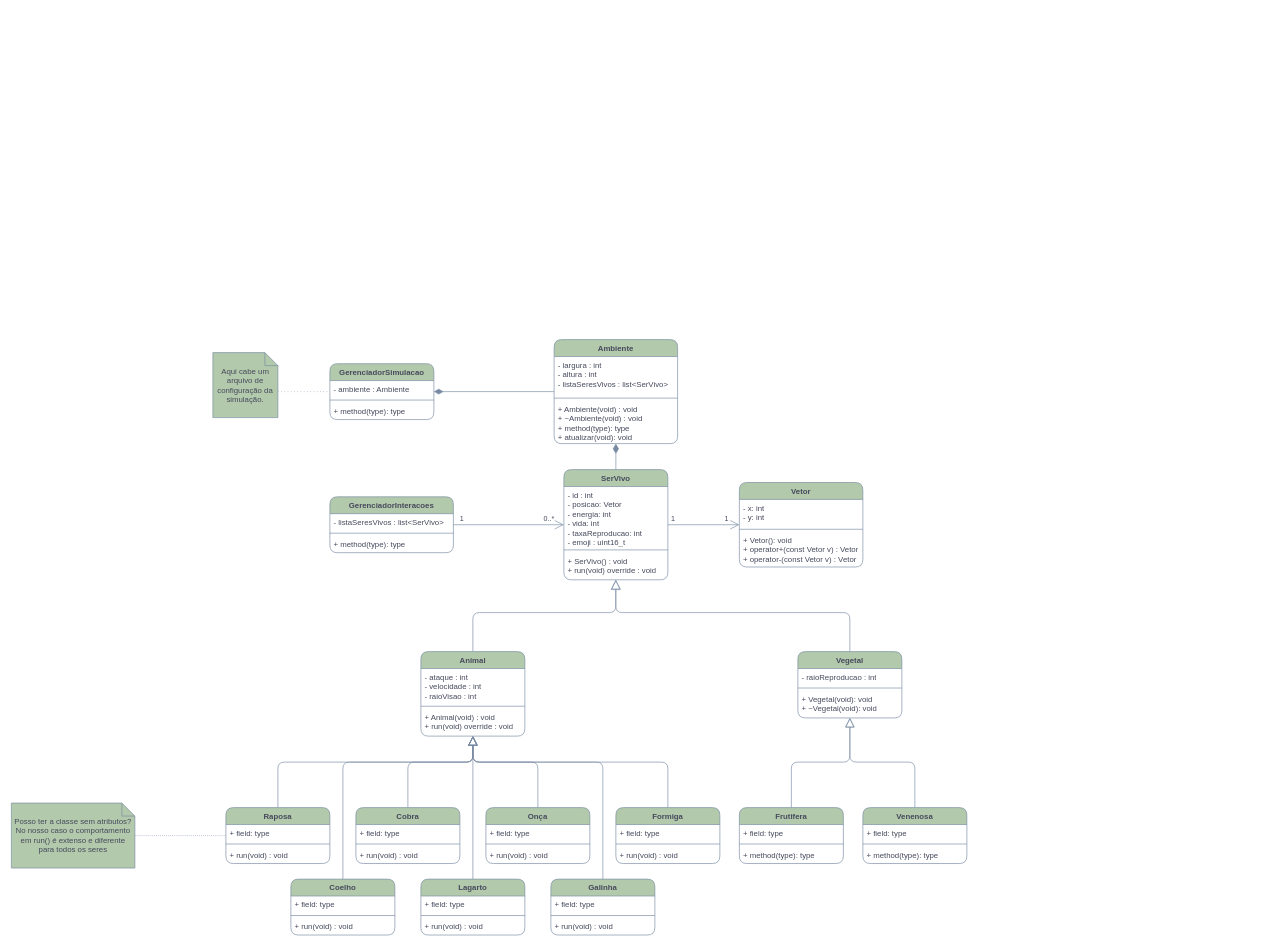
This is Diagramas/diagramas.drawio from robson1622/SimulacaoBiologica, a draw.io file, before an edit. Source tidied: cells renumbered, new cells numbered last; positions are measured from the earlier drawing's top-left corner, leaving out a move shared by most shapes. Both pictures are drawn from the tidied source at 65%, with x=0, y=0 at pixel (11, 339).
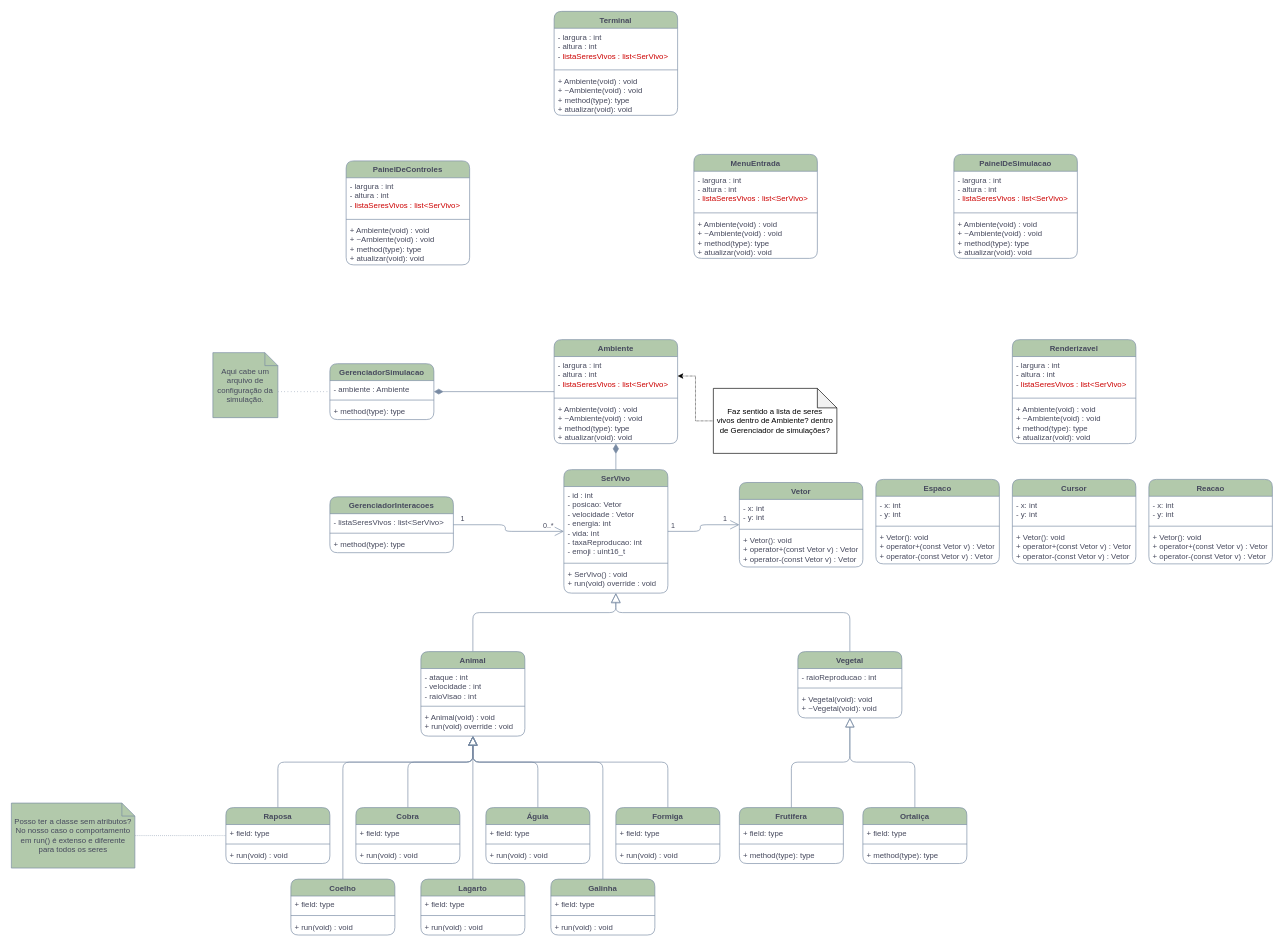
After the change.

The change refers to these unchanged cells:
```xml
<mxCell id="15" value="Ambiente" style="swimlane;fontStyle=1;align=center;verticalAlign=top;horizontal=1;startSize=26;whiteSpace=wrap;html=1;rounded=1;labelBackgroundColor=none;fillColor=#B2C9AB;strokeColor=#788AA3;fontColor=#46495D;" parent="1" vertex="1">
  <mxGeometry x="835" width="190" height="160" as="geometry" />
</mxCell>
```

Change to the diagram source:
```diff
@@
     <mxCell id="7" value="SerVivo" style="swimlane;fontStyle=1;align=center;verticalAlign=top;horizontal=1;startSize=26;whiteSpace=wrap;html=1;rounded=1;labelBackgroundColor=none;fillColor=#B2C9AB;strokeColor=#788AA3;fontColor=#46495D;" parent="1" vertex="1">
-      <mxGeometry x="850" y="200" width="160" height="169.5" as="geometry" />
+      <mxGeometry x="850" y="200" width="160" height="190" as="geometry" />
     </mxCell>
-    <mxCell id="8" value="&lt;div&gt;- id : int&lt;/div&gt;- posicao: Vetor&lt;div&gt;&lt;div&gt;- energia: int&lt;br&gt;&lt;/div&gt;&lt;div&gt;- vida: int&lt;br&gt;&lt;/div&gt;&lt;div&gt;- taxaReproducao: int&lt;br&gt;&lt;/div&gt;&lt;/div&gt;&lt;div&gt;- emoji : uint16_t&lt;/div&gt;" style="text;strokeColor=none;fillColor=none;align=left;verticalAlign=top;spacingLeft=4;spacingRight=4;overflow=hidden;whiteSpace=wrap;html=1;rounded=1;labelBackgroundColor=none;fontColor=#46495D;" parent="7" vertex="1">
-      <mxGeometry y="26" width="160" height="93.5" as="geometry" />
+    <mxCell id="8" value="&lt;div&gt;- id : int&lt;/div&gt;- posicao: Vetor&lt;div&gt;- velocidade : Vetor&lt;br&gt;&lt;div&gt;&lt;div&gt;- energia: int&lt;br&gt;&lt;/div&gt;&lt;div&gt;- vida: int&lt;br&gt;&lt;/div&gt;&lt;div&gt;- taxaReproducao: int&lt;br&gt;&lt;/div&gt;&lt;/div&gt;&lt;div&gt;- emoji : uint16_t&lt;/div&gt;&lt;/div&gt;" style="text;strokeColor=none;fillColor=none;align=left;verticalAlign=top;spacingLeft=4;spacingRight=4;overflow=hidden;whiteSpace=wrap;html=1;rounded=1;labelBackgroundColor=none;fontColor=#46495D;" parent="7" vertex="1">
+      <mxGeometry y="26" width="160" height="114" as="geometry" />
     </mxCell>
     <mxCell id="9" style="line;strokeWidth=1;fillColor=none;align=left;verticalAlign=middle;spacingTop=-1;spacingLeft=3;spacingRight=3;labelPosition=right;strokeColor=#788AA3;rounded=1;labelBackgroundColor=none;fontColor=#46495D;" parent="7" vertex="1">
-      <mxGeometry y="119.5" width="160" height="8" as="geometry" />
+      <mxGeometry y="140" width="160" height="8" as="geometry" />
     </mxCell>
     <mxCell id="10" value="&lt;div&gt;+ SerVivo() : void&lt;/div&gt;+ run(void) override : void" style="text;strokeColor=none;fillColor=none;align=left;verticalAlign=top;spacingLeft=4;spacingRight=4;overflow=hidden;points=[[0,0.5],[1,0.5]];portConstraint=eastwest;whiteSpace=wrap;html=1;rounded=1;labelBackgroundColor=none;fontColor=#46495D;" parent="7" vertex="1">
-      <mxGeometry y="127.5" width="160" height="42" as="geometry" />
+      <mxGeometry y="148" width="160" height="42" as="geometry" />
     </mxCell>
@@
-    <mxCell id="16" value="- largura : int&lt;div&gt;- altura : int&lt;/div&gt;&lt;div&gt;- listaSeresVivos : list&amp;lt;SerVivo&amp;gt;&lt;/div&gt;" style="text;strokeColor=none;fillColor=none;align=left;verticalAlign=top;spacingLeft=4;spacingRight=4;overflow=hidden;points=[[0,0.5],[1,0.5]];portConstraint=eastwest;whiteSpace=wrap;html=1;rounded=1;labelBackgroundColor=none;fontColor=#46495D;" parent="15" vertex="1">
+    <mxCell id="16" value="- largura : int&lt;div&gt;- altura : int&lt;/div&gt;&lt;div&gt;- &lt;span style=&quot;color: rgb(204, 0, 0);&quot;&gt;listaSeresVivos : list&amp;lt;SerVivo&amp;gt;&lt;/span&gt;&lt;/div&gt;" style="text;strokeColor=none;fillColor=none;align=left;verticalAlign=top;spacingLeft=4;spacingRight=4;overflow=hidden;points=[[0,0.5],[1,0.5]];portConstraint=eastwest;whiteSpace=wrap;html=1;rounded=1;labelBackgroundColor=none;fontColor=#46495D;" parent="15" vertex="1">
       <mxGeometry y="26" width="190" height="60" as="geometry" />
     </mxCell>
@@
-    <mxCell id="44" value="Onça" style="swimlane;fontStyle=1;align=center;verticalAlign=top;horizontal=1;startSize=26;whiteSpace=wrap;html=1;rounded=1;labelBackgroundColor=none;fillColor=#B2C9AB;strokeColor=#788AA3;fontColor=#46495D;" parent="1" vertex="1">
+    <mxCell id="44" value="Águia" style="swimlane;fontStyle=1;align=center;verticalAlign=top;horizontal=1;startSize=26;whiteSpace=wrap;html=1;rounded=1;labelBackgroundColor=none;fillColor=#B2C9AB;strokeColor=#788AA3;fontColor=#46495D;" parent="1" vertex="1">
       <mxGeometry x="730" y="720" width="160" height="86" as="geometry" />
     </mxCell>
@@
-    <mxCell id="69" value="Venenosa" style="swimlane;fontStyle=1;align=center;verticalAlign=top;horizontal=1;startSize=26;whiteSpace=wrap;html=1;rounded=1;labelBackgroundColor=none;fillColor=#B2C9AB;strokeColor=#788AA3;fontColor=#46495D;" parent="1" vertex="1">
+    <mxCell id="69" value="Ortaliça" style="swimlane;fontStyle=1;align=center;verticalAlign=top;horizontal=1;startSize=26;whiteSpace=wrap;html=1;rounded=1;labelBackgroundColor=none;fillColor=#B2C9AB;strokeColor=#788AA3;fontColor=#46495D;" parent="1" vertex="1">
       <mxGeometry x="1310" y="720" width="160" height="86" as="geometry" />
     </mxCell>
@@
+    <mxCell id="89" style="edgeStyle=orthogonalEdgeStyle;rounded=0;jettySize=auto;html=1;exitX=0;exitY=0.5;exitDx=0;exitDy=0;exitPerimeter=0;entryX=1;entryY=0.5;entryDx=0;entryDy=0;dashed=1;dashPattern=1 1;" parent="1" edge="1" source="110" target="16">
+      <mxGeometry relative="1" as="geometry" />
+    </mxCell>
+    <mxCell id="90" value="MenuEntrada" style="swimlane;fontStyle=1;align=center;verticalAlign=top;horizontal=1;startSize=26;whiteSpace=wrap;html=1;rounded=1;labelBackgroundColor=none;fillColor=#B2C9AB;strokeColor=#788AA3;fontColor=#46495D;" parent="1" vertex="1">
+      <mxGeometry x="1050" y="-285" width="190" height="160" as="geometry" />
+    </mxCell>
+    <mxCell id="91" value="- largura : int&lt;div&gt;- altura : int&lt;/div&gt;&lt;div&gt;- &lt;span style=&quot;color: rgb(204, 0, 0);&quot;&gt;listaSeresVivos : list&amp;lt;SerVivo&amp;gt;&lt;/span&gt;&lt;/div&gt;" style="text;strokeColor=none;fillColor=none;align=left;verticalAlign=top;spacingLeft=4;spacingRight=4;overflow=hidden;whiteSpace=wrap;html=1;rounded=1;labelBackgroundColor=none;fontColor=#46495D;" parent="90" vertex="1">
+      <mxGeometry y="26" width="190" height="60" as="geometry" />
+    </mxCell>
+    <mxCell id="92" style="line;strokeWidth=1;fillColor=none;align=left;verticalAlign=middle;spacingTop=-1;spacingLeft=3;spacingRight=3;labelPosition=right;strokeColor=#788AA3;rounded=1;labelBackgroundColor=none;fontColor=#46495D;" parent="90" vertex="1">
+      <mxGeometry y="86" width="190" height="8" as="geometry" />
+    </mxCell>
+    <mxCell id="93" value="&lt;div&gt;+ Ambiente(void) : void&lt;/div&gt;&lt;div&gt;+ ~Ambiente(void) : void&lt;/div&gt;+ method(type): type&lt;div&gt;+ atualizar(void): void&lt;/div&gt;" style="text;strokeColor=none;fillColor=none;align=left;verticalAlign=top;spacingLeft=4;spacingRight=4;overflow=hidden;whiteSpace=wrap;html=1;rounded=1;labelBackgroundColor=none;fontColor=#46495D;" parent="90" vertex="1">
+      <mxGeometry y="94" width="190" height="66" as="geometry" />
+    </mxCell>
+    <mxCell id="94" value="PainelDeControles" style="swimlane;fontStyle=1;align=center;verticalAlign=top;horizontal=1;startSize=26;whiteSpace=wrap;html=1;rounded=1;labelBackgroundColor=none;fillColor=#B2C9AB;strokeColor=#788AA3;fontColor=#46495D;" parent="1" vertex="1">
+      <mxGeometry x="515" y="-275" width="190" height="160" as="geometry" />
+    </mxCell>
+    <mxCell id="95" value="- largura : int&lt;div&gt;- altura : int&lt;/div&gt;&lt;div&gt;- &lt;span style=&quot;color: rgb(204, 0, 0);&quot;&gt;listaSeresVivos : list&amp;lt;SerVivo&amp;gt;&lt;/span&gt;&lt;/div&gt;" style="text;strokeColor=none;fillColor=none;align=left;verticalAlign=top;spacingLeft=4;spacingRight=4;overflow=hidden;whiteSpace=wrap;html=1;rounded=1;labelBackgroundColor=none;fontColor=#46495D;" parent="94" vertex="1">
+      <mxGeometry y="26" width="190" height="60" as="geometry" />
+    </mxCell>
+    <mxCell id="96" style="line;strokeWidth=1;fillColor=none;align=left;verticalAlign=middle;spacingTop=-1;spacingLeft=3;spacingRight=3;labelPosition=right;strokeColor=#788AA3;rounded=1;labelBackgroundColor=none;fontColor=#46495D;" parent="94" vertex="1">
+      <mxGeometry y="86" width="190" height="8" as="geometry" />
+    </mxCell>
+    <mxCell id="97" value="&lt;div&gt;+ Ambiente(void) : void&lt;/div&gt;&lt;div&gt;+ ~Ambiente(void) : void&lt;/div&gt;+ method(type): type&lt;div&gt;+ atualizar(void): void&lt;/div&gt;" style="text;strokeColor=none;fillColor=none;align=left;verticalAlign=top;spacingLeft=4;spacingRight=4;overflow=hidden;whiteSpace=wrap;html=1;rounded=1;labelBackgroundColor=none;fontColor=#46495D;" parent="94" vertex="1">
+      <mxGeometry y="94" width="190" height="66" as="geometry" />
+    </mxCell>
+    <mxCell id="98" value="Terminal" style="swimlane;fontStyle=1;align=center;verticalAlign=top;horizontal=1;startSize=26;whiteSpace=wrap;html=1;rounded=1;labelBackgroundColor=none;fillColor=#B2C9AB;strokeColor=#788AA3;fontColor=#46495D;" parent="1" vertex="1">
+      <mxGeometry x="835" y="-505" width="190" height="160" as="geometry" />
+    </mxCell>
+    <mxCell id="99" value="- largura : int&lt;div&gt;- altura : int&lt;/div&gt;&lt;div&gt;- &lt;span style=&quot;color: rgb(204, 0, 0);&quot;&gt;listaSeresVivos : list&amp;lt;SerVivo&amp;gt;&lt;/span&gt;&lt;/div&gt;" style="text;strokeColor=none;fillColor=none;align=left;verticalAlign=top;spacingLeft=4;spacingRight=4;overflow=hidden;whiteSpace=wrap;html=1;rounded=1;labelBackgroundColor=none;fontColor=#46495D;" parent="98" vertex="1">
+      <mxGeometry y="26" width="190" height="60" as="geometry" />
+    </mxCell>
+    <mxCell id="100" style="line;strokeWidth=1;fillColor=none;align=left;verticalAlign=middle;spacingTop=-1;spacingLeft=3;spacingRight=3;labelPosition=right;strokeColor=#788AA3;rounded=1;labelBackgroundColor=none;fontColor=#46495D;" parent="98" vertex="1">
+      <mxGeometry y="86" width="190" height="8" as="geometry" />
+    </mxCell>
+    <mxCell id="101" value="&lt;div&gt;+ Ambiente(void) : void&lt;/div&gt;&lt;div&gt;+ ~Ambiente(void) : void&lt;/div&gt;+ method(type): type&lt;div&gt;+ atualizar(void): void&lt;/div&gt;" style="text;strokeColor=none;fillColor=none;align=left;verticalAlign=top;spacingLeft=4;spacingRight=4;overflow=hidden;whiteSpace=wrap;html=1;rounded=1;labelBackgroundColor=none;fontColor=#46495D;" parent="98" vertex="1">
+      <mxGeometry y="94" width="190" height="66" as="geometry" />
+    </mxCell>
+    <mxCell id="102" value="PainelDeSimulacao" style="swimlane;fontStyle=1;align=center;verticalAlign=top;horizontal=1;startSize=26;whiteSpace=wrap;html=1;rounded=1;labelBackgroundColor=none;fillColor=#B2C9AB;strokeColor=#788AA3;fontColor=#46495D;" parent="1" vertex="1">
+      <mxGeometry x="1450" y="-285" width="190" height="160" as="geometry" />
+    </mxCell>
+    <mxCell id="103" value="- largura : int&lt;div&gt;- altura : int&lt;/div&gt;&lt;div&gt;- &lt;span style=&quot;color: rgb(204, 0, 0);&quot;&gt;listaSeresVivos : list&amp;lt;SerVivo&amp;gt;&lt;/span&gt;&lt;/div&gt;" style="text;strokeColor=none;fillColor=none;align=left;verticalAlign=top;spacingLeft=4;spacingRight=4;overflow=hidden;whiteSpace=wrap;html=1;rounded=1;labelBackgroundColor=none;fontColor=#46495D;" parent="102" vertex="1">
+      <mxGeometry y="26" width="190" height="60" as="geometry" />
+    </mxCell>
+    <mxCell id="104" style="line;strokeWidth=1;fillColor=none;align=left;verticalAlign=middle;spacingTop=-1;spacingLeft=3;spacingRight=3;labelPosition=right;strokeColor=#788AA3;rounded=1;labelBackgroundColor=none;fontColor=#46495D;" parent="102" vertex="1">
+      <mxGeometry y="86" width="190" height="8" as="geometry" />
+    </mxCell>
+    <mxCell id="105" value="&lt;div&gt;+ Ambiente(void) : void&lt;/div&gt;&lt;div&gt;+ ~Ambiente(void) : void&lt;/div&gt;+ method(type): type&lt;div&gt;+ atualizar(void): void&lt;/div&gt;" style="text;strokeColor=none;fillColor=none;align=left;verticalAlign=top;spacingLeft=4;spacingRight=4;overflow=hidden;whiteSpace=wrap;html=1;rounded=1;labelBackgroundColor=none;fontColor=#46495D;" parent="102" vertex="1">
+      <mxGeometry y="94" width="190" height="66" as="geometry" />
+    </mxCell>
+    <mxCell id="106" value="Renderizavel" style="swimlane;fontStyle=1;align=center;verticalAlign=top;horizontal=1;startSize=26;whiteSpace=wrap;html=1;rounded=1;labelBackgroundColor=none;fillColor=#B2C9AB;strokeColor=#788AA3;fontColor=#46495D;" parent="1" vertex="1">
+      <mxGeometry x="1540" width="190" height="160" as="geometry" />
+    </mxCell>
+    <mxCell id="107" value="- largura : int&lt;div&gt;- altura : int&lt;/div&gt;&lt;div&gt;- &lt;span style=&quot;color: rgb(204, 0, 0);&quot;&gt;listaSeresVivos : list&amp;lt;SerVivo&amp;gt;&lt;/span&gt;&lt;/div&gt;" style="text;strokeColor=none;fillColor=none;align=left;verticalAlign=top;spacingLeft=4;spacingRight=4;overflow=hidden;whiteSpace=wrap;html=1;rounded=1;labelBackgroundColor=none;fontColor=#46495D;" parent="106" vertex="1">
+      <mxGeometry y="26" width="190" height="60" as="geometry" />
+    </mxCell>
+    <mxCell id="108" style="line;strokeWidth=1;fillColor=none;align=left;verticalAlign=middle;spacingTop=-1;spacingLeft=3;spacingRight=3;labelPosition=right;strokeColor=#788AA3;rounded=1;labelBackgroundColor=none;fontColor=#46495D;" parent="106" vertex="1">
+      <mxGeometry y="86" width="190" height="8" as="geometry" />
+    </mxCell>
+    <mxCell id="109" value="&lt;div&gt;+ Ambiente(void) : void&lt;/div&gt;&lt;div&gt;+ ~Ambiente(void) : void&lt;/div&gt;+ method(type): type&lt;div&gt;+ atualizar(void): void&lt;/div&gt;" style="text;strokeColor=none;fillColor=none;align=left;verticalAlign=top;spacingLeft=4;spacingRight=4;overflow=hidden;whiteSpace=wrap;html=1;rounded=1;labelBackgroundColor=none;fontColor=#46495D;" parent="106" vertex="1">
+      <mxGeometry y="94" width="190" height="66" as="geometry" />
+    </mxCell>
+    <mxCell id="110" value="Faz sentido a lista de seres&lt;div&gt;vivos dentro de Ambiente? dentro de Gerenciador de simulações?&lt;/div&gt;" style="shape=note;whiteSpace=wrap;html=1;backgroundOutline=1;darkOpacity=0.05;" parent="1" vertex="1">
+      <mxGeometry x="1080" y="75" width="190" height="100" as="geometry" />
+    </mxCell>
+    <mxCell id="111" value="Espaco" style="swimlane;fontStyle=1;align=center;verticalAlign=top;horizontal=1;startSize=26;whiteSpace=wrap;html=1;rounded=1;labelBackgroundColor=none;fillColor=#B2C9AB;strokeColor=#788AA3;fontColor=#46495D;" parent="1" vertex="1">
+      <mxGeometry x="1330" y="215" width="190" height="130" as="geometry" />
+    </mxCell>
+    <mxCell id="112" value="- x: int&lt;div&gt;- y: int&lt;/div&gt;" style="text;strokeColor=none;fillColor=none;align=left;verticalAlign=top;spacingLeft=4;spacingRight=4;overflow=hidden;whiteSpace=wrap;html=1;rounded=1;labelBackgroundColor=none;fontColor=#46495D;" parent="111" vertex="1">
+      <mxGeometry y="26" width="190" height="42" as="geometry" />
+    </mxCell>
+    <mxCell id="113" style="line;strokeWidth=1;fillColor=none;align=left;verticalAlign=middle;spacingTop=-1;spacingLeft=3;spacingRight=3;labelPosition=right;strokeColor=#788AA3;rounded=1;labelBackgroundColor=none;fontColor=#46495D;" parent="111" vertex="1">
+      <mxGeometry y="68" width="190" height="8" as="geometry" />
+    </mxCell>
+    <mxCell id="114" value="&lt;div&gt;+ Vetor(): void&lt;/div&gt;+ operator+(const Vetor v) : Vetor&lt;div&gt;+ operator-(const Vetor v) : Vetor&lt;/div&gt;" style="text;strokeColor=none;fillColor=none;align=left;verticalAlign=top;spacingLeft=4;spacingRight=4;overflow=hidden;whiteSpace=wrap;html=1;rounded=1;labelBackgroundColor=none;fontColor=#46495D;" parent="111" vertex="1">
+      <mxGeometry y="76" width="190" height="54" as="geometry" />
+    </mxCell>
+    <mxCell id="115" value="Cursor" style="swimlane;fontStyle=1;align=center;verticalAlign=top;horizontal=1;startSize=26;whiteSpace=wrap;html=1;rounded=1;labelBackgroundColor=none;fillColor=#B2C9AB;strokeColor=#788AA3;fontColor=#46495D;" parent="1" vertex="1">
+      <mxGeometry x="1540" y="215" width="190" height="130" as="geometry" />
+    </mxCell>
+    <mxCell id="116" value="- x: int&lt;div&gt;- y: int&lt;/div&gt;" style="text;strokeColor=none;fillColor=none;align=left;verticalAlign=top;spacingLeft=4;spacingRight=4;overflow=hidden;whiteSpace=wrap;html=1;rounded=1;labelBackgroundColor=none;fontColor=#46495D;" parent="115" vertex="1">
+      <mxGeometry y="26" width="190" height="42" as="geometry" />
+    </mxCell>
+    <mxCell id="117" style="line;strokeWidth=1;fillColor=none;align=left;verticalAlign=middle;spacingTop=-1;spacingLeft=3;spacingRight=3;labelPosition=right;strokeColor=#788AA3;rounded=1;labelBackgroundColor=none;fontColor=#46495D;" parent="115" vertex="1">
+      <mxGeometry y="68" width="190" height="8" as="geometry" />
+    </mxCell>
+    <mxCell id="118" value="&lt;div&gt;+ Vetor(): void&lt;/div&gt;+ operator+(const Vetor v) : Vetor&lt;div&gt;+ operator-(const Vetor v) : Vetor&lt;/div&gt;" style="text;strokeColor=none;fillColor=none;align=left;verticalAlign=top;spacingLeft=4;spacingRight=4;overflow=hidden;whiteSpace=wrap;html=1;rounded=1;labelBackgroundColor=none;fontColor=#46495D;" parent="115" vertex="1">
+      <mxGeometry y="76" width="190" height="54" as="geometry" />
+    </mxCell>
+    <mxCell id="119" value="Reacao" style="swimlane;fontStyle=1;align=center;verticalAlign=top;horizontal=1;startSize=26;whiteSpace=wrap;html=1;rounded=1;labelBackgroundColor=none;fillColor=#B2C9AB;strokeColor=#788AA3;fontColor=#46495D;" parent="1" vertex="1">
+      <mxGeometry x="1750" y="215" width="190" height="130" as="geometry" />
+    </mxCell>
+    <mxCell id="120" value="- x: int&lt;div&gt;- y: int&lt;/div&gt;" style="text;strokeColor=none;fillColor=none;align=left;verticalAlign=top;spacingLeft=4;spacingRight=4;overflow=hidden;whiteSpace=wrap;html=1;rounded=1;labelBackgroundColor=none;fontColor=#46495D;" parent="119" vertex="1">
+      <mxGeometry y="26" width="190" height="42" as="geometry" />
+    </mxCell>
+    <mxCell id="121" style="line;strokeWidth=1;fillColor=none;align=left;verticalAlign=middle;spacingTop=-1;spacingLeft=3;spacingRight=3;labelPosition=right;strokeColor=#788AA3;rounded=1;labelBackgroundColor=none;fontColor=#46495D;" parent="119" vertex="1">
+      <mxGeometry y="68" width="190" height="8" as="geometry" />
+    </mxCell>
+    <mxCell id="122" value="&lt;div&gt;+ Vetor(): void&lt;/div&gt;+ operator+(const Vetor v) : Vetor&lt;div&gt;+ operator-(const Vetor v) : Vetor&lt;/div&gt;" style="text;strokeColor=none;fillColor=none;align=left;verticalAlign=top;spacingLeft=4;spacingRight=4;overflow=hidden;whiteSpace=wrap;html=1;rounded=1;labelBackgroundColor=none;fontColor=#46495D;" parent="119" vertex="1">
+      <mxGeometry y="76" width="190" height="54" as="geometry" />
+    </mxCell>
```
